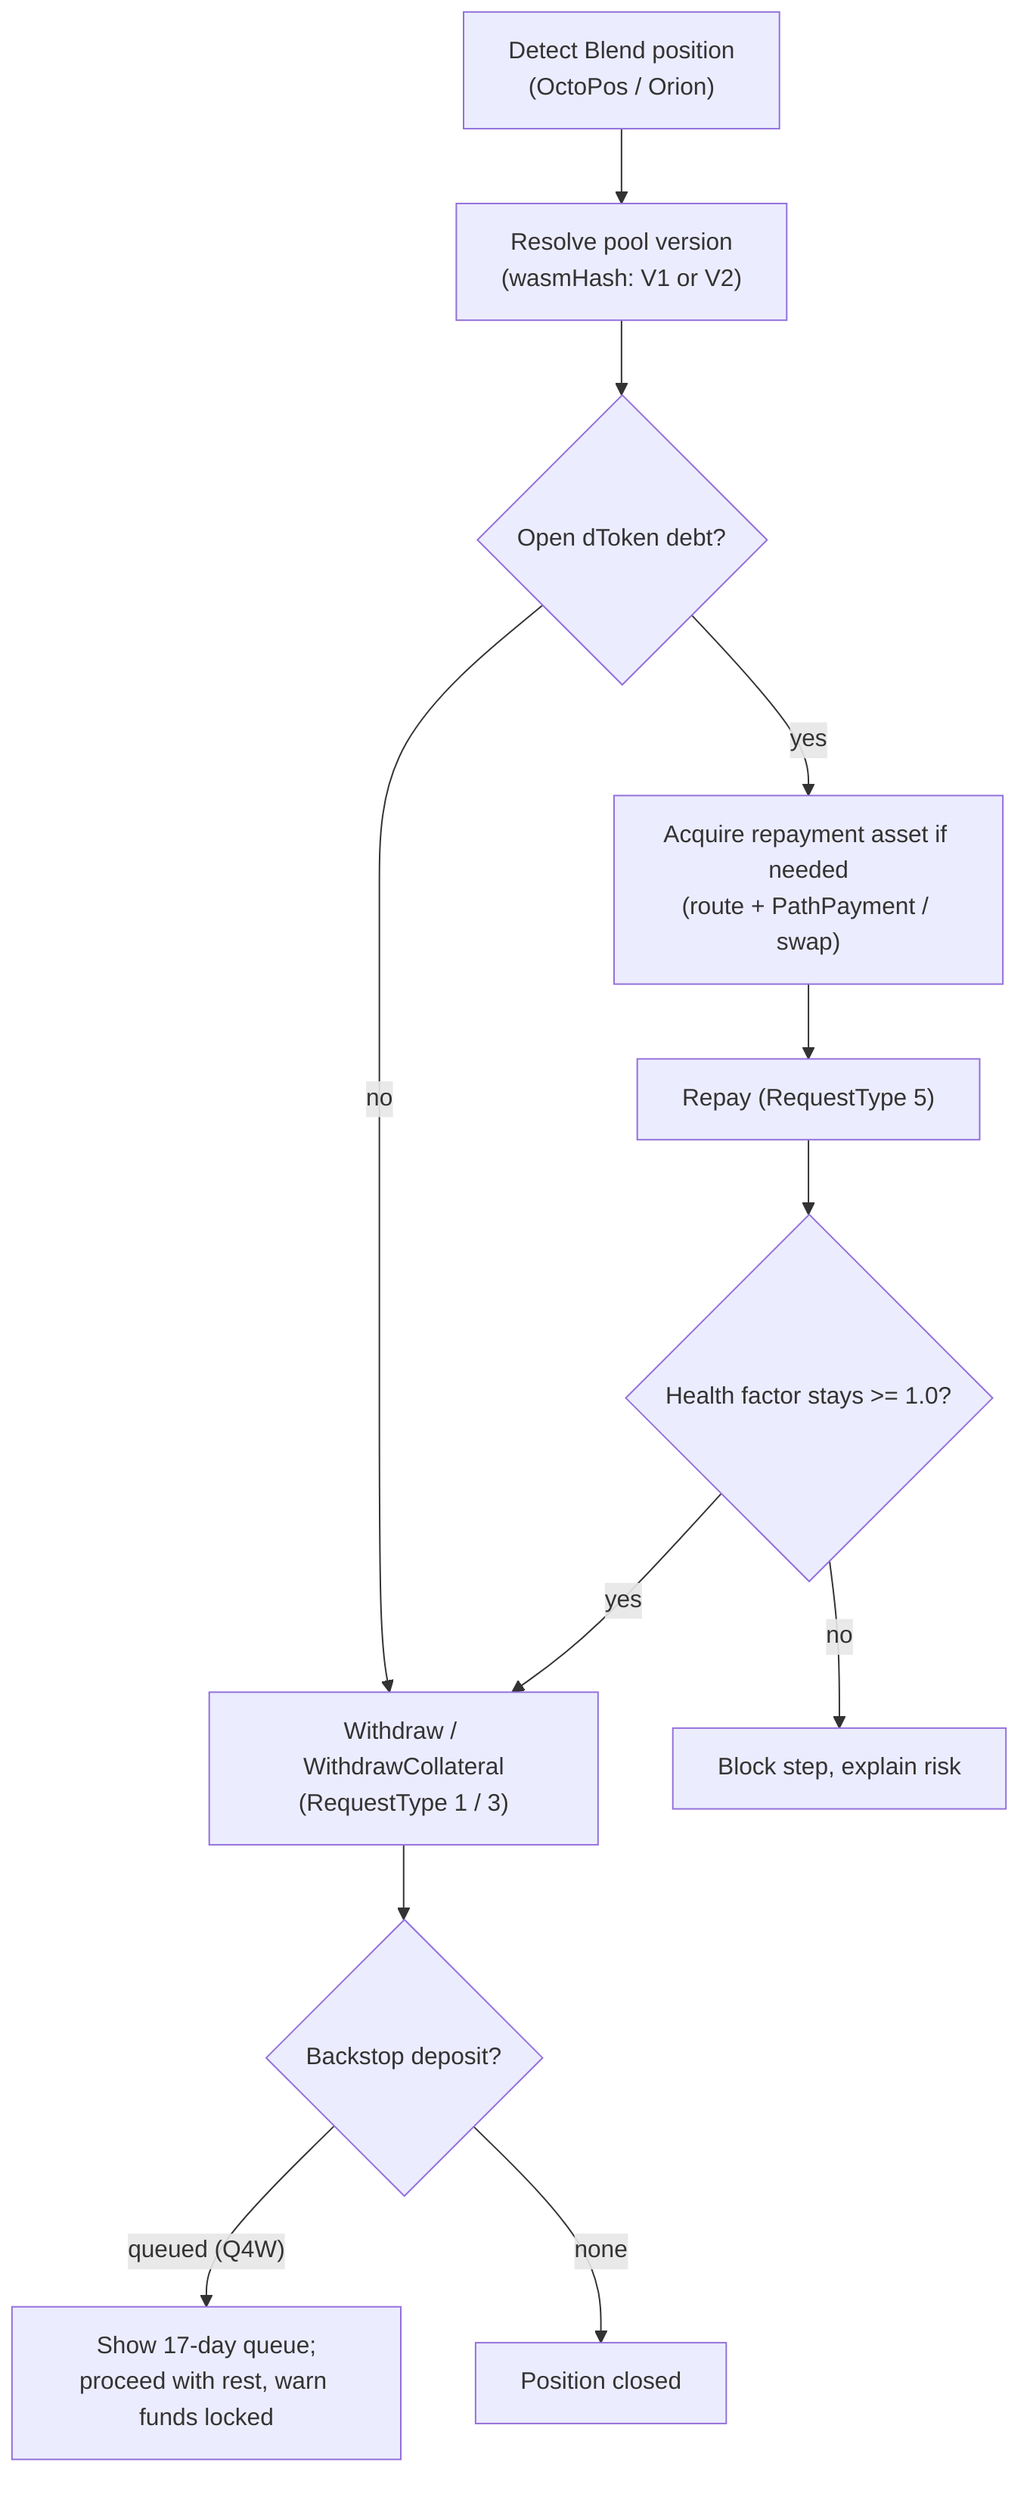
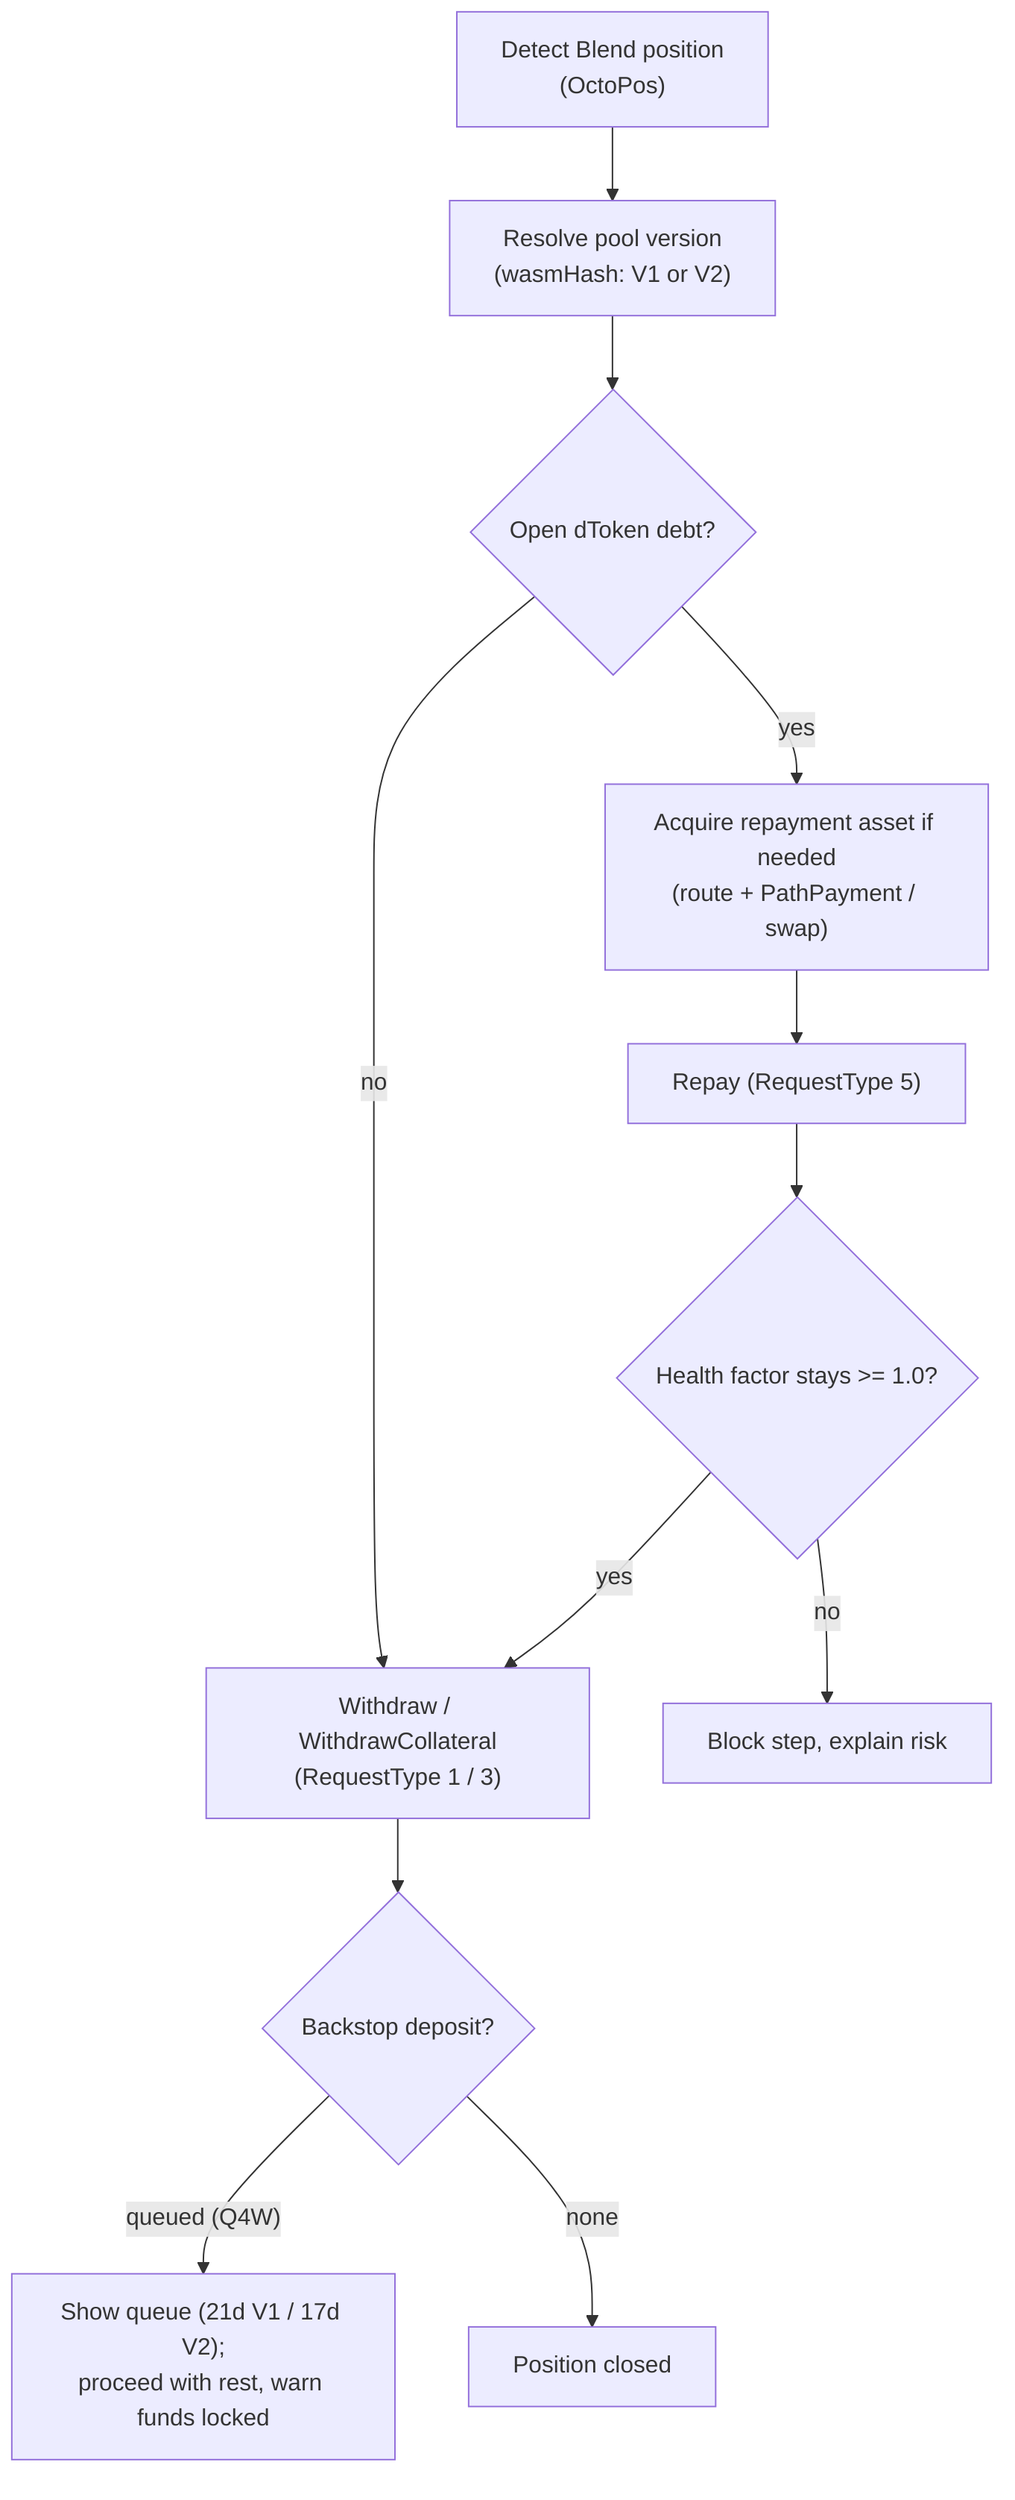
flowchart TD
-     detect["Detect Blend position<br/>(OctoPos / Orion)"] --> ver["Resolve pool version<br/>(wasmHash: V1 or V2)"]
+     detect["Detect Blend position<br/>(OctoPos)"] --> ver["Resolve pool version<br/>(wasmHash: V1 or V2)"]
    ver --> hasdebt{"Open dToken debt?"}
    hasdebt -->|"yes"| acquire["Acquire repayment asset if needed<br/>(route + PathPayment / swap)"]
    acquire --> repay["Repay (RequestType 5)"]
    hasdebt -->|"no"| withdraw
    repay --> hf{"Health factor stays >= 1.0?"}
    hf -->|"yes"| withdraw["Withdraw / WithdrawCollateral<br/>(RequestType 1 / 3)"]
    hf -->|"no"| block["Block step, explain risk"]
    withdraw --> backstop{"Backstop deposit?"}
-     backstop -->|"queued (Q4W)"| wait["Show 17-day queue;<br/>proceed with rest, warn funds locked"]
+     backstop -->|"queued (Q4W)"| wait["Show queue (21d V1 / 17d V2);<br/>proceed with rest, warn funds locked"]
    backstop -->|"none"| done["Position closed"]
